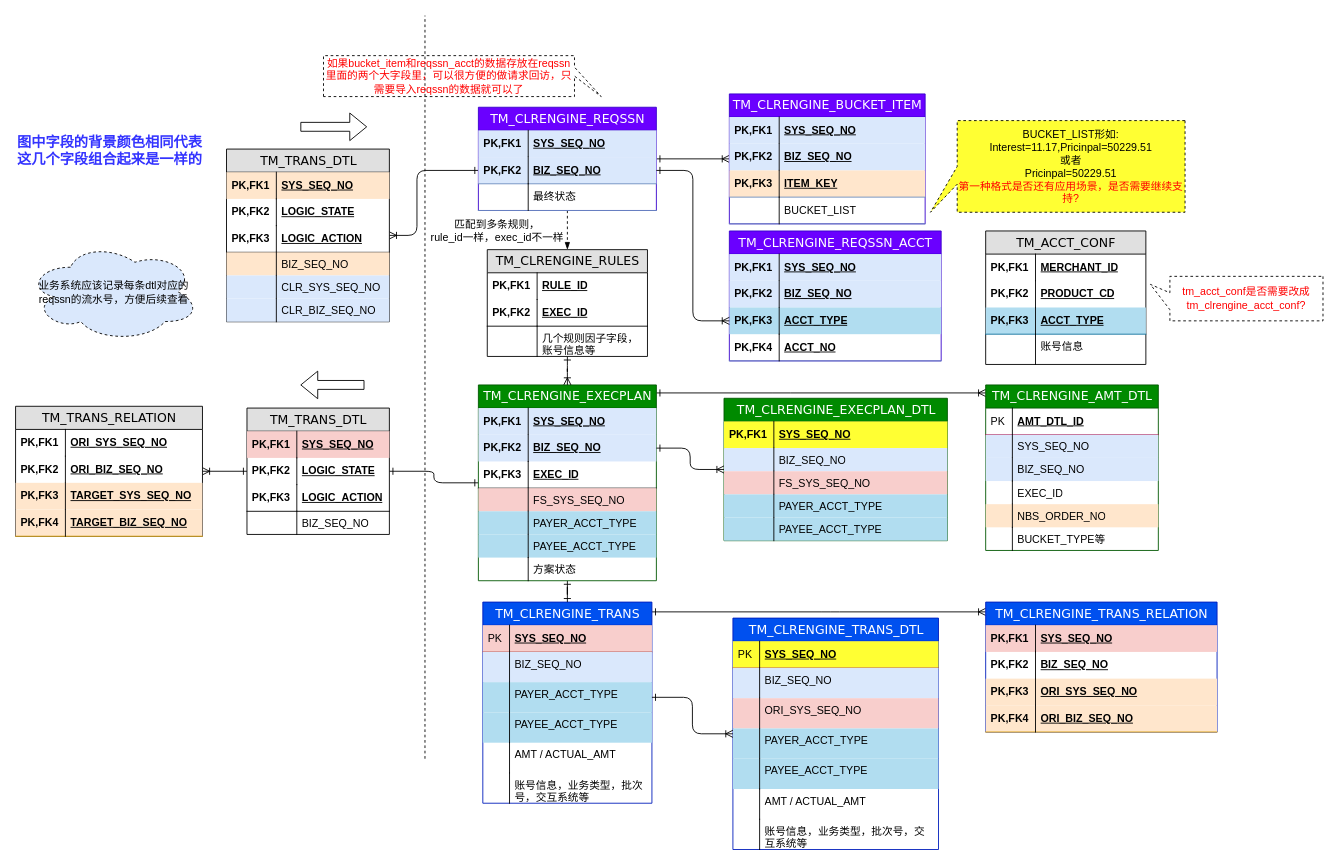
This is 清算引擎数据结构图.drawio from staconfree/design, a draw.io file, before an edit. Source tidied: cells renumbered, new cells numbered last; positions are measured from the earlier drawing's top-left corner, leaving out a move shared by most shapes. Both pictures are drawn from the tidied source at 89%, with x=0, y=0 at pixel (15, 15).
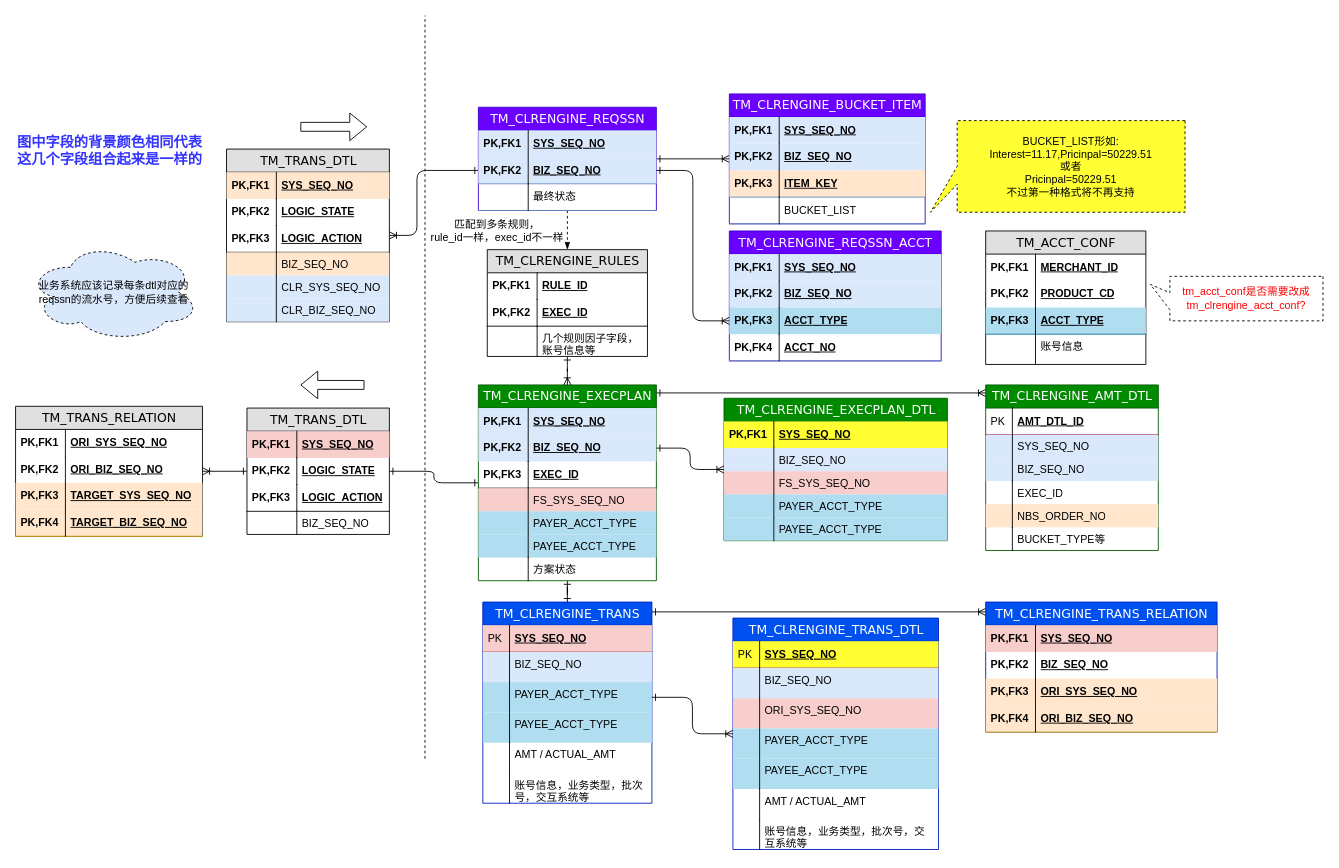
The same page after the edit.

Commit message:
更新清算引擎数据结构图.drawio

What changed in the source:
```diff
@@
-    <mxCell id="139" value="BUCKET_LIST形如:&lt;br&gt;&lt;div&gt;Interest=11.17,Pricinpal=50229.51&lt;/div&gt;&lt;div&gt;或者&lt;br&gt;Pricinpal=50229.51&lt;br&gt;&lt;font color=&quot;#FF0000&quot;&gt;第一种格式是否还有应用场景，是否需要继续支持?&lt;/font&gt;&lt;br&gt;&lt;/div&gt;" style="shape=callout;whiteSpace=wrap;html=1;perimeter=calloutPerimeter;fillColor=#FFFF33;fontColor=#000000;position2=1;direction=south;dashed=1;" parent="1" vertex="1">
+    <mxCell id="139" value="BUCKET_LIST形如:&lt;br&gt;&lt;div&gt;Interest=11.17,Pricinpal=50229.51&lt;/div&gt;&lt;div&gt;或者&lt;br&gt;Pricinpal=50229.51&lt;br&gt;不过第一种格式将不再支持&lt;br&gt;&lt;/div&gt;" style="shape=callout;whiteSpace=wrap;html=1;perimeter=calloutPerimeter;fillColor=#FFFF33;fontColor=#000000;position2=1;direction=south;dashed=1;" parent="1" vertex="1">
       <mxGeometry x="1028" y="118" width="286" height="103" as="geometry" />
     </mxCell>
-    <mxCell id="140" value="如果bucket_item和reqssn_acct的数据存放在reqssn里面的两个大字段里，可以很方便的做请求回访，只需要导入reqssn的数据就可以了" style="shape=callout;whiteSpace=wrap;html=1;perimeter=calloutPerimeter;fillColor=none;fontColor=#FF0000;position2=0;direction=north;dashed=1;base=10;" parent="1" vertex="1">
-      <mxGeometry x="346" y="45" width="312" height="46" as="geometry" />
-    </mxCell>
```
